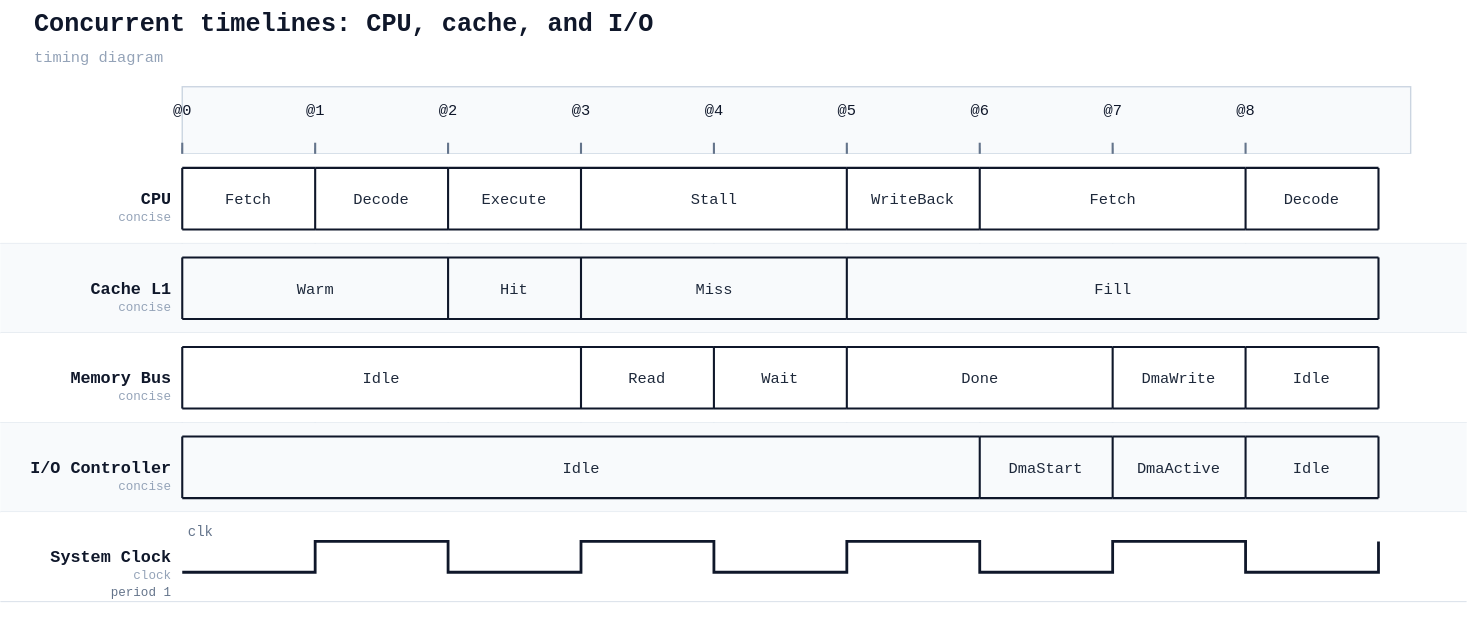
Before: docs/examples/timing/05_concurrent_timelines_message_arrows.svg, a diagram exported from PlantUML (alliecatowo/puml). Its source is kept beside it as docs/examples/timing/05_concurrent_timelines_message_arrows.puml.
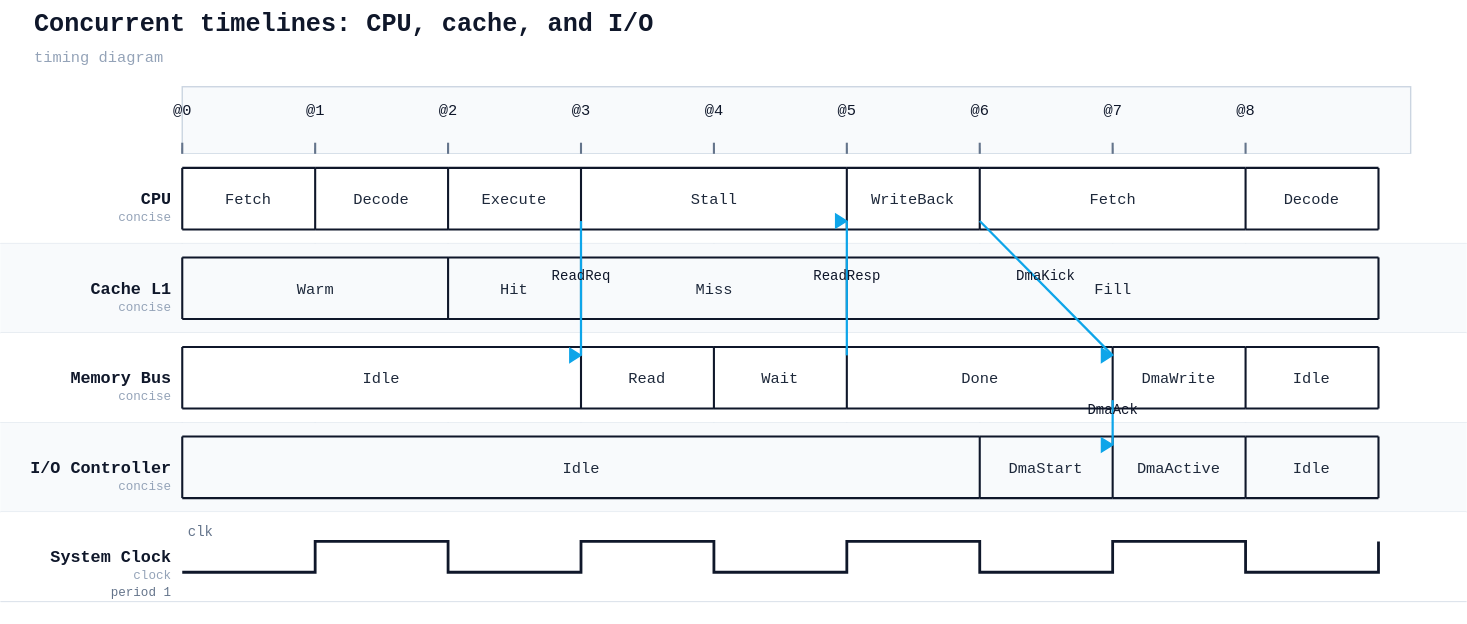
After the commit.

Commit message:
fix(timing): support cross-lane label-addressed message arrows

Change to the diagram source:
```diff
@@ -27,6 +27,7 @@
 CPU is "Stall"
 L1 is "Miss"
 MEM is "Read"
+CPU -> MEM : ReadReq
 
 @4
 CLK is low
@@ -37,16 +38,19 @@
 MEM is "Done"
 CPU is "WriteBack"
 L1 is "Fill"
+MEM -> CPU : ReadResp
 
 @6
 CLK is low
 CPU is "Fetch"
 IO is "DmaStart"
+CPU -> MEM@+1 : DmaKick
 
 @7
 CLK is high
 MEM is "DmaWrite"
 IO is "DmaActive"
+MEM -> IO : DmaAck
 
 @8
 CLK is low
```
